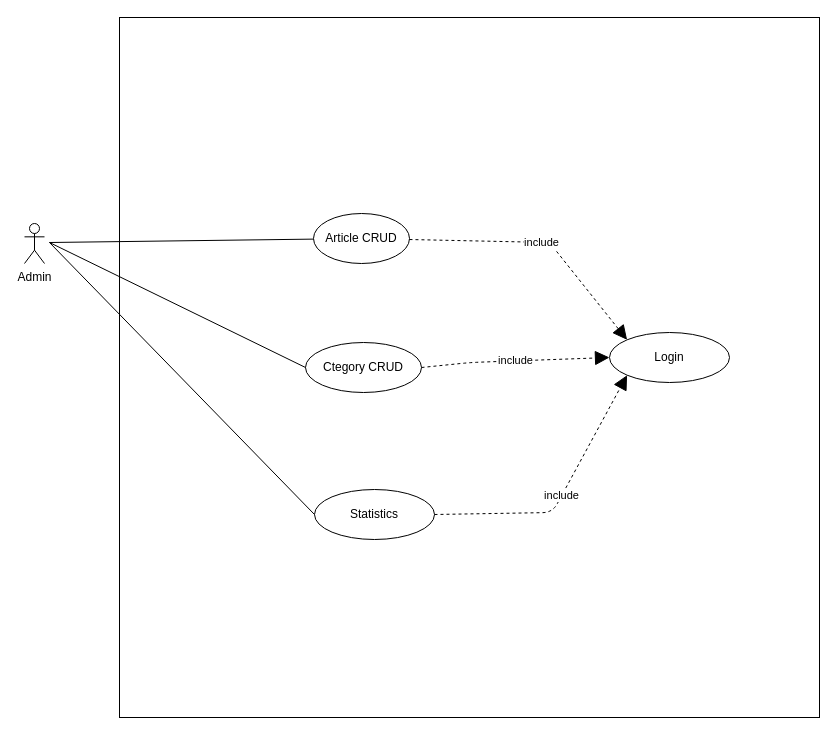
The draw.io diagram UML/use_case.drawio in marouane-tabib/CultureDev.to, before the edit. Source tidied: cells renumbered, new cells numbered last; positions are measured from the earlier drawing's top-left corner, leaving out a move shared by most shapes. Both pictures are drawn from the tidied source at 100%, with x=0, y=0 at pixel (24, 17).
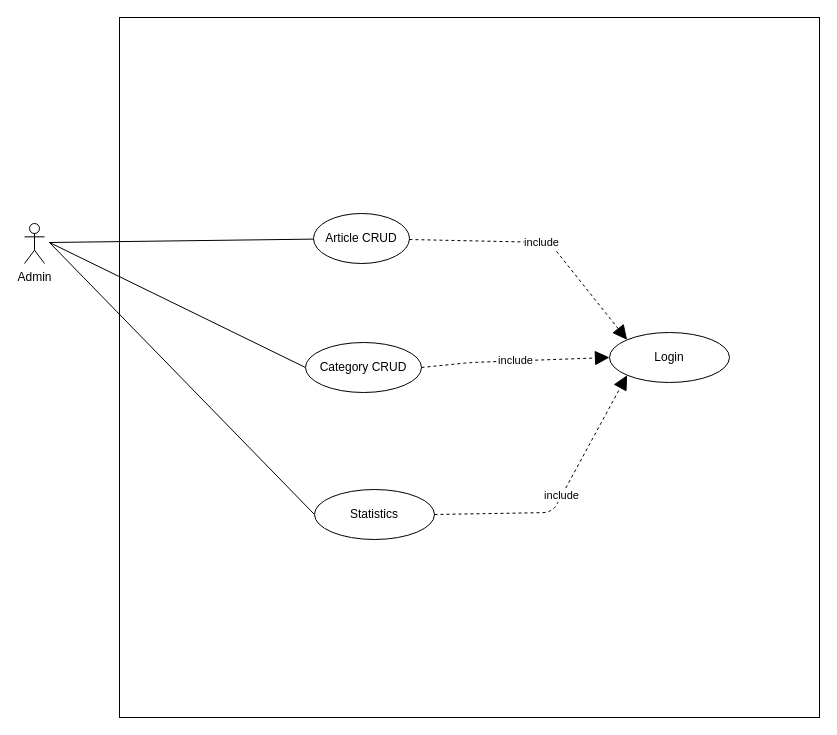
The same diagram, later.

Commit message:
edit UML folders

Diff of the diagram source:
```diff
@@
 <mxGraphModel>
   <root>
     <mxCell id="0" />
     <mxCell id="1" parent="0" />
     <mxCell id="2" value="Admin" style="shape=umlActor;verticalLabelPosition=bottom;labelBackgroundColor=#ffffff;verticalAlign=top;html=1;" parent="1" vertex="1">
       <mxGeometry y="206" width="20" height="40" as="geometry" />
     </mxCell>
     <mxCell id="3" style="whiteSpace=wrap;html=1;" parent="1" vertex="1">
       <mxGeometry x="95" width="700" height="700" as="geometry" />
     </mxCell>
     <mxCell id="4" value="Article CRUD" style="ellipse;whiteSpace=wrap;html=1;" parent="1" vertex="1">
       <mxGeometry x="289" y="196" width="96" height="50" as="geometry" />
     </mxCell>
     <mxCell id="5" style="endArrow=none;html=1;" parent="1" edge="1" target="4">
       <mxGeometry relative="1" as="geometry">
         <mxPoint x="25" y="225" as="sourcePoint" />
       </mxGeometry>
     </mxCell>
     <mxCell id="6" value="Login" style="ellipse;whiteSpace=wrap;html=1;" parent="1" vertex="1">
       <mxGeometry x="585" y="315" width="120" height="50" as="geometry" />
     </mxCell>
     <mxCell id="7" value="Statistics" style="ellipse;whiteSpace=wrap;html=1;" parent="1" vertex="1">
       <mxGeometry x="290" y="472" width="120" height="50" as="geometry" />
     </mxCell>
-    <mxCell id="8" value="Ctegory CRUD" style="ellipse;whiteSpace=wrap;html=1;" parent="1" vertex="1">
+    <mxCell id="8" value="Category CRUD" style="ellipse;whiteSpace=wrap;html=1;" parent="1" vertex="1">
       <mxGeometry x="281" y="325" width="116" height="50" as="geometry" />
     </mxCell>
     <mxCell id="9" style="endArrow=none;html=1;exitX=0;exitY=0.5;exitDx=0;exitDy=0;" parent="1" edge="1" source="8">
       <mxGeometry relative="1" as="geometry">
         <mxPoint x="25" y="225" as="targetPoint" />
       </mxGeometry>
     </mxCell>
     <mxCell id="10" style="endArrow=none;html=1;exitX=0;exitY=0.5;exitDx=0;exitDy=0;" parent="1" edge="1" source="7">
       <mxGeometry relative="1" as="geometry">
         <mxPoint x="25" y="225" as="targetPoint" />
       </mxGeometry>
     </mxCell>
     <mxCell id="11" value="include" style="endArrow=block;endSize=12;dashed=1;html=1;endFill=1;entryX=0;entryY=0.5;entryDx=0;entryDy=0;exitX=1;exitY=0.5;exitDx=0;exitDy=0;" parent="1" edge="1" source="8" target="6">
       <mxGeometry relative="1" as="geometry">
         <Array as="points">
           <mxPoint x="446" y="345" />
         </Array>
       </mxGeometry>
     </mxCell>
     <mxCell id="12" value="include" style="endArrow=block;endSize=12;dashed=1;html=1;endFill=1;entryX=0;entryY=0;entryDx=0;entryDy=0;" parent="1" edge="1" source="4" target="6">
       <mxGeometry relative="1" as="geometry">
         <Array as="points">
           <mxPoint x="525" y="225" />
         </Array>
       </mxGeometry>
     </mxCell>
     <mxCell id="13" value="include" style="endArrow=block;endSize=12;dashed=1;html=1;endFill=1;entryX=0;entryY=1;entryDx=0;entryDy=0;exitX=1;exitY=0.5;exitDx=0;exitDy=0;" parent="1" edge="1" source="7" target="6">
       <mxGeometry relative="1" as="geometry">
         <Array as="points">
           <mxPoint x="528" y="495" />
         </Array>
       </mxGeometry>
     </mxCell>
   </root>
 </mxGraphModel>
```
